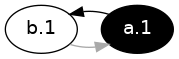
This is lib/graphs/kernel_pw1_graph_colored.png from idaks/Games-and-Argumentation, a Graphviz export, as it was before one commit. Its source is kept beside it as lib/graphs/kernel_pw1_graph_colored.dot.
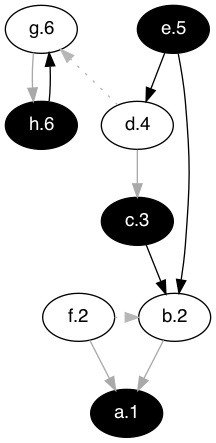
The same file after the commit.

Diff of the diagram source:
```diff
@@ -2,13 +2,29 @@
   rankdir="TB"
   node [shape=oval style=filled fontname=Helvetica fontsize=14]
   node [fillcolor="#ffffff" fontcolor="#000000"]
-       b[label="b.1"]
+       b[label="b.2"]
+       f[label="f.2"]
+       d[label="d.4"]
+       g[label="g.6"]
   node [fillcolor="#000000" fontcolor="#ffffff"]
        a[label="a.1"]
+       c[label="c.3"]
+       e[label="e.5"]
+       h[label="h.6"]
   edge [dir=forward color="#A9A9A9" style="solid"]
         "b" -> "a"
+        "f" -> "a"
+        "d" -> "c"
+        "g" -> "h"
   edge [dir=forward color="#000000" style="solid"]
-        "a" -> "b"
+        "c" -> "b"
+        "e" -> "b"
+        "e" -> "d"
+        "h" -> "g"
+  edge [dir=forward color="#b7b7b7" style="dotted" constraint=false]
+        "f" -> "b"
+        "d" -> "g"
 
-  {rank = max b a}
+  {rank = max a}
+  {rank = min e}
 }
```
